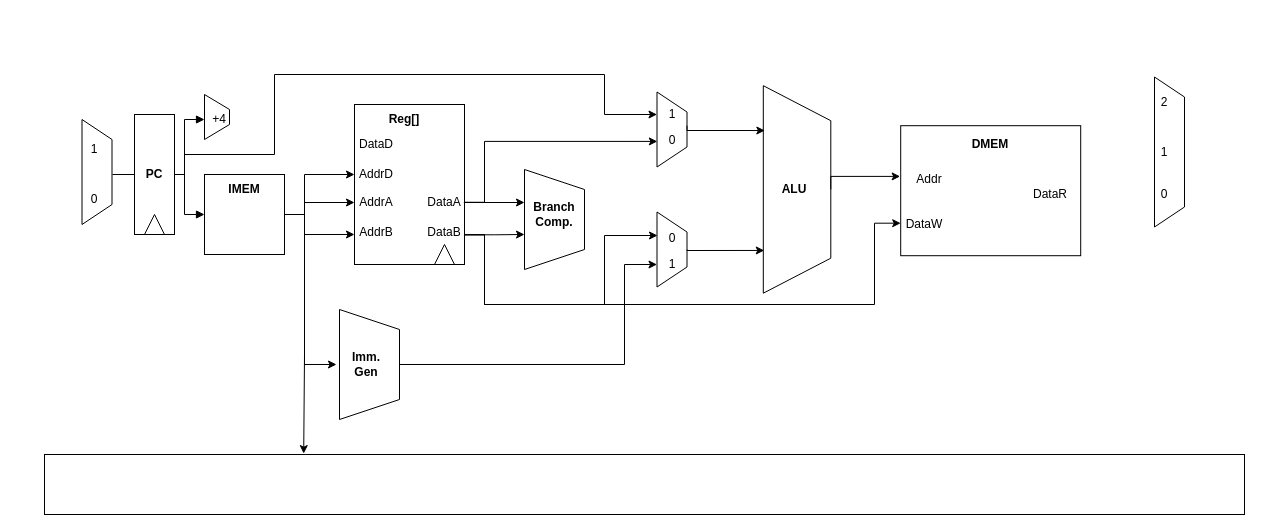
Earlier version of the draw.io diagram floating-point notes Diagram.drawio (Katharine-0331/files). Source tidied: cells renumbered, new cells numbered last; positions are measured from the earlier drawing's top-left corner, leaving out a move shared by most shapes. Both pictures are drawn from the tidied source at 100%, with x=0, y=0 at pixel (44, 74).
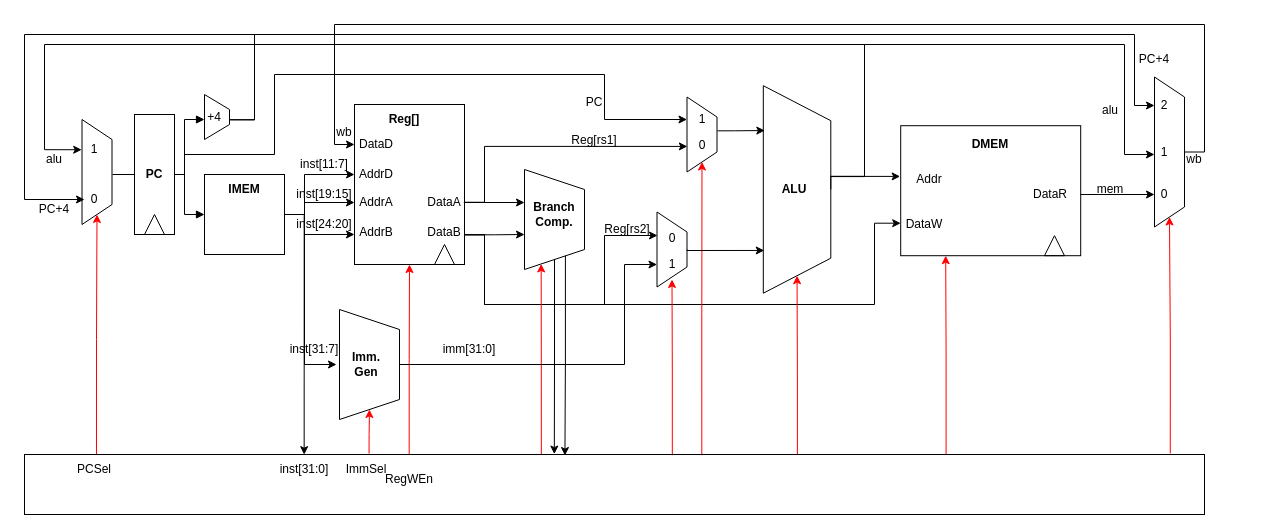
The same diagram, later.

Unchanged cells that the change refers to:
```xml
<mxCell id="2" style="shape=trapezoid;perimeter=trapezoidPerimeter;whiteSpace=wrap;html=1;fixedSize=1;rotation=90;" parent="1" vertex="1">
  <mxGeometry y="82.5" width="105" height="30" as="geometry" />
</mxCell>
<mxCell id="6" value="&lt;div style=&quot;direction: ltr&quot;&gt;&lt;b&gt;PC&lt;/b&gt;&lt;/div&gt;" style="rounded=0;whiteSpace=wrap;html=1;rotation=0;fillColor=none;" parent="1" vertex="1">
  <mxGeometry x="90" y="40" width="40" height="120" as="geometry" />
</mxCell>
<mxCell id="8" style="shape=trapezoid;perimeter=trapezoidPerimeter;whiteSpace=wrap;html=1;fixedSize=1;fillColor=none;rotation=90;size=15;" parent="1" vertex="1">
  <mxGeometry x="150" y="30" width="45" height="25" as="geometry" />
</mxCell>
<mxCell id="15" style="rounded=0;whiteSpace=wrap;html=1;fillColor=none;" parent="1" vertex="1">
  <mxGeometry x="160" y="100" width="80" height="80" as="geometry" />
</mxCell>
<mxCell id="22" style="rounded=0;whiteSpace=wrap;html=1;fillColor=none;" parent="1" vertex="1">
  <mxGeometry x="310" y="30" width="110" height="160" as="geometry" />
</mxCell>
<mxCell id="25" value="DataD" style="text;html=1;strokeColor=none;fillColor=none;align=center;verticalAlign=middle;whiteSpace=wrap;rounded=0;" parent="1" vertex="1">
  <mxGeometry x="310" y="55" width="44" height="30" as="geometry" />
</mxCell>
<mxCell id="36" style="shape=trapezoid;perimeter=trapezoidPerimeter;whiteSpace=wrap;html=1;fixedSize=1;fillColor=none;rotation=90;" parent="1" vertex="1">
  <mxGeometry x="270" y="260" width="110" height="60" as="geometry" />
</mxCell>
<mxCell id="38" style="shape=trapezoid;perimeter=trapezoidPerimeter;whiteSpace=wrap;html=1;fixedSize=1;fillColor=none;rotation=90;" parent="1" vertex="1">
  <mxGeometry x="460" y="115" width="100" height="60" as="geometry" />
</mxCell>
<mxCell id="43" style="shape=trapezoid;perimeter=trapezoidPerimeter;whiteSpace=wrap;html=1;fixedSize=1;fillColor=none;rotation=90;size=35;" parent="1" vertex="1">
  <mxGeometry x="648.8" y="81.2" width="207.5" height="67.5" as="geometry" />
</mxCell>
<mxCell id="49" value="1" style="text;html=1;strokeColor=none;fillColor=none;align=center;verticalAlign=middle;whiteSpace=wrap;rounded=0;" parent="1" vertex="1">
  <mxGeometry x="612.5" y="175" width="30" height="30" as="geometry" />
</mxCell>
<mxCell id="51" style="rounded=0;whiteSpace=wrap;html=1;fillColor=none;" parent="1" vertex="1">
  <mxGeometry x="856.2" y="51.2" width="180" height="130" as="geometry" />
</mxCell>
<mxCell id="53" style="shape=trapezoid;perimeter=trapezoidPerimeter;whiteSpace=wrap;html=1;fixedSize=1;fillColor=none;rotation=90;" parent="1" vertex="1">
  <mxGeometry x="1050" y="62.5" width="150" height="30" as="geometry" />
</mxCell>
<mxCell id="55" value="1" style="text;html=1;strokeColor=none;fillColor=none;align=center;verticalAlign=middle;whiteSpace=wrap;rounded=0;" parent="1" vertex="1">
  <mxGeometry x="1090" y="62.5" width="60" height="30" as="geometry" />
</mxCell>
<mxCell id="59" value="DataR" style="text;html=1;strokeColor=none;fillColor=none;align=center;verticalAlign=middle;whiteSpace=wrap;rounded=0;" parent="1" vertex="1">
  <mxGeometry x="976.2" y="105" width="60" height="30" as="geometry" />
</mxCell>
```

Change to the diagram source:
```diff
@@
     <mxCell id="3" value="1" style="text;html=1;strokeColor=none;fillColor=none;align=center;verticalAlign=middle;whiteSpace=wrap;rounded=0;" parent="1" vertex="1">
-      <mxGeometry x="20" y="60" width="60" height="30" as="geometry" />
+      <mxGeometry x="40" y="60" width="20" height="30" as="geometry" />
     </mxCell>
     <mxCell id="4" value="0" style="text;html=1;strokeColor=none;fillColor=none;align=center;verticalAlign=middle;whiteSpace=wrap;rounded=0;" parent="1" vertex="1">
-      <mxGeometry x="20" y="110" width="60" height="30" as="geometry" />
+      <mxGeometry x="40" y="110" width="20" height="30" as="geometry" />
     </mxCell>
     <mxCell id="5" style="edgeStyle=orthogonalEdgeStyle;rounded=0;jettySize=auto;html=1;exitX=1;exitY=0.5;exitDx=0;exitDy=0;entryX=0;entryY=0.5;entryDx=0;entryDy=0;" parent="1" edge="1" source="6" target="44">
       <mxGeometry relative="1" as="geometry">
         <Array as="points">
           <mxPoint x="140" y="100" />
           <mxPoint x="140" y="80" />
           <mxPoint x="230" y="80" />
           <mxPoint x="230" />
           <mxPoint x="560" />
-          <mxPoint x="560" y="40" />
+          <mxPoint x="560" y="45" />
         </Array>
       </mxGeometry>
     </mxCell>
@@
+    <mxCell id="60" style="edgeStyle=orthogonalEdgeStyle;rounded=0;jettySize=auto;html=1;entryX=0;entryY=0.5;entryDx=0;entryDy=0;exitX=0.559;exitY=-0.014;exitDx=0;exitDy=0;exitPerimeter=0;" parent="1" edge="1" source="8" target="4">
+      <mxGeometry relative="1" as="geometry">
+        <Array as="points">
+          <mxPoint x="210" y="45" />
+          <mxPoint x="210" y="-40" />
+          <mxPoint x="-20" y="-40" />
+          <mxPoint x="-20" y="125" />
+        </Array>
+      </mxGeometry>
+    </mxCell>
+    <mxCell id="61" style="edgeStyle=orthogonalEdgeStyle;rounded=0;jettySize=auto;html=1;exitX=0.564;exitY=-0.03;exitDx=0;exitDy=0;exitPerimeter=0;" parent="1" edge="1" source="8" target="54">
+      <mxGeometry relative="1" as="geometry">
+        <Array as="points">
+          <mxPoint x="210" y="45" />
+          <mxPoint x="210" y="-40" />
+          <mxPoint x="1090" y="-40" />
+          <mxPoint x="1090" y="31" />
+        </Array>
+      </mxGeometry>
+    </mxCell>
     <mxCell id="9" value="+4" style="text;html=1;strokeColor=none;fillColor=none;align=center;verticalAlign=middle;whiteSpace=wrap;rounded=0;" parent="1" vertex="1">
-      <mxGeometry x="160" y="30" width="30" height="30" as="geometry" />
+      <mxGeometry x="160" y="27.5" width="20" height="30" as="geometry" />
     </mxCell>
@@
-    <mxCell id="13" style="edgeStyle=orthogonalEdgeStyle;rounded=0;jettySize=auto;html=1;exitX=1;exitY=0.5;exitDx=0;exitDy=0;entryX=0.216;entryY=-0.015;entryDx=0;entryDy=0;entryPerimeter=0;" parent="1" edge="1" source="15" target="34">
-      <mxGeometry relative="1" as="geometry" />
+    <mxCell id="13" style="edgeStyle=orthogonalEdgeStyle;rounded=0;jettySize=auto;html=1;exitX=1;exitY=0.5;exitDx=0;exitDy=0;entryX=0.237;entryY=0.002;entryDx=0;entryDy=0;entryPerimeter=0;" parent="1" edge="1" source="15" target="34">
+      <mxGeometry relative="1" as="geometry">
+        <Array as="points">
+          <mxPoint x="260" y="140" />
+        </Array>
+      </mxGeometry>
     </mxCell>
@@
     <mxCell id="21" style="edgeStyle=orthogonalEdgeStyle;rounded=0;jettySize=auto;html=1;exitX=1;exitY=0.611;exitDx=0;exitDy=0;entryX=0.659;entryY=0.989;entryDx=0;entryDy=0;entryPerimeter=0;exitPerimeter=0;" parent="1" edge="1" source="22" target="40">
       <mxGeometry relative="1" as="geometry">
         <Array as="points">
           <mxPoint x="440" y="128" />
-          <mxPoint x="440" y="67" />
+          <mxPoint x="440" y="72" />
         </Array>
       </mxGeometry>
     </mxCell>
@@
+    <mxCell id="62" style="edgeStyle=orthogonalEdgeStyle;rounded=0;jettySize=auto;html=1;exitX=0.061;exitY=-0.002;exitDx=0;exitDy=0;entryX=1;entryY=0.5;entryDx=0;entryDy=0;exitPerimeter=0;strokeColor=#FF0000;" parent="1" edge="1" source="34" target="2">
+      <mxGeometry relative="1" as="geometry" />
+    </mxCell>
+    <mxCell id="63" style="edgeStyle=orthogonalEdgeStyle;rounded=0;jettySize=auto;html=1;exitX=0.292;exitY=-0.015;exitDx=0;exitDy=0;entryX=1;entryY=0.5;entryDx=0;entryDy=0;strokeColor=#FF0000;exitPerimeter=0;" parent="1" edge="1" source="34" target="36">
+      <mxGeometry relative="1" as="geometry" />
+    </mxCell>
+    <mxCell id="64" style="edgeStyle=orthogonalEdgeStyle;rounded=0;jettySize=auto;html=1;exitX=0.326;exitY=0.002;exitDx=0;exitDy=0;strokeColor=#FF0000;exitPerimeter=0;" parent="1" edge="1" source="34" target="22">
+      <mxGeometry relative="1" as="geometry" />
+    </mxCell>
+    <mxCell id="65" style="edgeStyle=orthogonalEdgeStyle;rounded=0;jettySize=auto;html=1;exitX=0.438;exitY=-0.002;exitDx=0;exitDy=0;entryX=1;entryY=0.75;entryDx=0;entryDy=0;strokeColor=#FF0000;exitPerimeter=0;" parent="1" edge="1" source="34" target="38">
+      <mxGeometry relative="1" as="geometry" />
+    </mxCell>
+    <mxCell id="66" style="edgeStyle=orthogonalEdgeStyle;rounded=0;jettySize=auto;html=1;exitX=0.549;exitY=0.012;exitDx=0;exitDy=0;entryX=0.5;entryY=1;entryDx=0;entryDy=0;strokeColor=#FF0000;exitPerimeter=0;" parent="1" edge="1" source="34" target="49">
+      <mxGeometry relative="1" as="geometry" />
+    </mxCell>
+    <mxCell id="67" style="edgeStyle=orthogonalEdgeStyle;rounded=0;jettySize=auto;html=1;exitX=0.574;exitY=0.012;exitDx=0;exitDy=0;entryX=1;entryY=0.5;entryDx=0;entryDy=0;strokeColor=#FF0000;exitPerimeter=0;" parent="1" edge="1" source="34" target="40">
+      <mxGeometry relative="1" as="geometry" />
+    </mxCell>
+    <mxCell id="68" style="edgeStyle=orthogonalEdgeStyle;rounded=0;jettySize=auto;html=1;exitX=0.655;exitY=-0.007;exitDx=0;exitDy=0;entryX=1;entryY=0.5;entryDx=0;entryDy=0;strokeColor=#FF0000;exitPerimeter=0;" parent="1" edge="1" source="34" target="43">
+      <mxGeometry relative="1" as="geometry" />
+    </mxCell>
+    <mxCell id="69" style="edgeStyle=orthogonalEdgeStyle;rounded=0;jettySize=auto;html=1;exitX=0.781;exitY=-0.007;exitDx=0;exitDy=0;entryX=0.25;entryY=1;entryDx=0;entryDy=0;strokeColor=#FF0000;exitPerimeter=0;" parent="1" edge="1" source="34" target="51">
+      <mxGeometry relative="1" as="geometry" />
+    </mxCell>
+    <mxCell id="70" style="edgeStyle=orthogonalEdgeStyle;rounded=0;jettySize=auto;html=1;exitX=0.971;exitY=-0.017;exitDx=0;exitDy=0;entryX=1;entryY=0.5;entryDx=0;entryDy=0;strokeColor=#FF0000;exitPerimeter=0;" parent="1" edge="1" source="34" target="53">
+      <mxGeometry relative="1" as="geometry" />
+    </mxCell>
     <mxCell id="34" style="rounded=0;whiteSpace=wrap;html=1;fillColor=none;" parent="1" vertex="1">
-      <mxGeometry y="380" width="1200" height="60" as="geometry" />
+      <mxGeometry x="-20" y="380" width="1180" height="60" as="geometry" />
     </mxCell>
@@
+    <mxCell id="71" style="edgeStyle=orthogonalEdgeStyle;rounded=0;jettySize=auto;html=1;exitX=1;exitY=0.5;exitDx=0;exitDy=0;entryX=0.449;entryY=-0.007;entryDx=0;entryDy=0;entryPerimeter=0;strokeColor=#000000;" parent="1" edge="1" source="38" target="34">
+      <mxGeometry relative="1" as="geometry" />
+    </mxCell>
+    <mxCell id="72" style="edgeStyle=orthogonalEdgeStyle;rounded=0;jettySize=auto;html=1;exitX=1;exitY=0.25;exitDx=0;exitDy=0;entryX=0.458;entryY=0.017;entryDx=0;entryDy=0;entryPerimeter=0;strokeColor=#000000;" parent="1" edge="1" source="38" target="34">
+      <mxGeometry relative="1" as="geometry" />
+    </mxCell>
@@
     <mxCell id="40" style="shape=trapezoid;perimeter=trapezoidPerimeter;whiteSpace=wrap;html=1;fixedSize=1;fillColor=none;rotation=90;" parent="1" vertex="1">
-      <mxGeometry x="590" y="40" width="75" height="30" as="geometry" />
+      <mxGeometry x="620" y="45" width="75" height="30" as="geometry" />
     </mxCell>
@@
+    <mxCell id="73" style="edgeStyle=orthogonalEdgeStyle;rounded=0;jettySize=auto;html=1;exitX=0.437;exitY=0.003;exitDx=0;exitDy=0;entryX=0.333;entryY=0.583;entryDx=0;entryDy=0;entryPerimeter=0;exitPerimeter=0;" parent="1" edge="1" source="43" target="55">
+      <mxGeometry relative="1" as="geometry">
+        <Array as="points">
+          <mxPoint x="820" y="102" />
+          <mxPoint x="820" y="-30" />
+          <mxPoint x="1080" y="-30" />
+          <mxPoint x="1080" y="80" />
+        </Array>
+      </mxGeometry>
+    </mxCell>
@@
     <mxCell id="44" value="1" style="text;html=1;strokeColor=none;fillColor=none;align=center;verticalAlign=middle;whiteSpace=wrap;rounded=0;" parent="1" vertex="1">
-      <mxGeometry x="612.5" y="25" width="30" height="30" as="geometry" />
+      <mxGeometry x="642.5" y="30" width="30" height="30" as="geometry" />
     </mxCell>
-    <mxCell id="45" style="edgeStyle=orthogonalEdgeStyle;rounded=0;jettySize=auto;html=1;exitX=1;exitY=0;exitDx=0;exitDy=0;entryX=0.216;entryY=0.977;entryDx=0;entryDy=0;entryPerimeter=0;" parent="1" edge="1" source="46" target="43">
+    <mxCell id="45" style="edgeStyle=orthogonalEdgeStyle;rounded=0;jettySize=auto;html=1;entryX=0.216;entryY=0.977;entryDx=0;entryDy=0;entryPerimeter=0;exitX=0.451;exitY=-0.014;exitDx=0;exitDy=0;exitPerimeter=0;" parent="1" edge="1" source="40" target="43">
       <mxGeometry relative="1" as="geometry">
         <Array as="points">
-          <mxPoint x="643" y="56" />
+          <mxPoint x="690" y="56" />
         </Array>
       </mxGeometry>
     </mxCell>
     <mxCell id="46" value="0" style="text;html=1;strokeColor=none;fillColor=none;align=center;verticalAlign=middle;whiteSpace=wrap;rounded=0;" parent="1" vertex="1">
-      <mxGeometry x="612.5" y="51.2" width="30" height="30" as="geometry" />
+      <mxGeometry x="642.5" y="56.2" width="30" height="30" as="geometry" />
     </mxCell>
@@
+    <mxCell id="74" style="edgeStyle=orthogonalEdgeStyle;rounded=0;jettySize=auto;html=1;exitX=0.438;exitY=-0.004;exitDx=0;exitDy=0;exitPerimeter=0;entryX=0.288;entryY=1.01;entryDx=0;entryDy=0;entryPerimeter=0;" parent="1" edge="1" source="43" target="2">
+      <mxGeometry relative="1" as="geometry">
+        <Array as="points">
+          <mxPoint x="820" y="102" />
+          <mxPoint x="820" y="-30" />
+          <mxPoint y="-30" />
+          <mxPoint y="75" />
+        </Array>
+      </mxGeometry>
+    </mxCell>
@@
+    <mxCell id="75" style="edgeStyle=orthogonalEdgeStyle;rounded=0;jettySize=auto;html=1;exitX=0.5;exitY=0;exitDx=0;exitDy=0;entryX=0;entryY=0.5;entryDx=0;entryDy=0;" parent="1" edge="1" source="53" target="25">
+      <mxGeometry relative="1" as="geometry">
+        <Array as="points">
+          <mxPoint x="1160" y="78" />
+          <mxPoint x="1160" y="-50" />
+          <mxPoint x="290" y="-50" />
+          <mxPoint x="290" y="70" />
+        </Array>
+      </mxGeometry>
+    </mxCell>
@@
     <mxCell id="54" value="2" style="text;html=1;strokeColor=none;fillColor=none;align=center;verticalAlign=middle;whiteSpace=wrap;rounded=0;" parent="1" vertex="1">
-      <mxGeometry x="1090" y="12.5" width="60" height="30" as="geometry" />
+      <mxGeometry x="1110" y="20" width="20" height="22.5" as="geometry" />
     </mxCell>
@@
     <mxCell id="56" value="0" style="text;html=1;strokeColor=none;fillColor=none;align=center;verticalAlign=middle;whiteSpace=wrap;rounded=0;" parent="1" vertex="1">
-      <mxGeometry x="1090" y="105" width="60" height="30" as="geometry" />
+      <mxGeometry x="1110" y="105" width="20" height="30" as="geometry" />
     </mxCell>
@@
+    <mxCell id="76" style="edgeStyle=orthogonalEdgeStyle;rounded=0;jettySize=auto;html=1;exitX=1;exitY=0.5;exitDx=0;exitDy=0;" parent="1" edge="1" source="59" target="56">
+      <mxGeometry relative="1" as="geometry" />
+    </mxCell>
@@
+    <mxCell id="77" style="triangle;whiteSpace=wrap;html=1;fillColor=none;rotation=-90;" parent="1" vertex="1">
+      <mxGeometry x="1000" y="161.2" width="20" height="20" as="geometry" />
+    </mxCell>
+    <mxCell id="78" value="alu" style="text;html=1;strokeColor=none;fillColor=none;align=center;verticalAlign=middle;whiteSpace=wrap;rounded=0;" parent="1" vertex="1">
+      <mxGeometry x="-20" y="70" width="60" height="30" as="geometry" />
+    </mxCell>
+    <mxCell id="79" value="PC+4" style="text;html=1;strokeColor=none;fillColor=none;align=center;verticalAlign=middle;whiteSpace=wrap;rounded=0;" parent="1" vertex="1">
+      <mxGeometry x="-20" y="120" width="60" height="30" as="geometry" />
+    </mxCell>
+    <mxCell id="80" value="PCSel" style="text;html=1;strokeColor=none;fillColor=none;align=center;verticalAlign=middle;whiteSpace=wrap;rounded=0;" parent="1" vertex="1">
+      <mxGeometry x="20" y="380" width="60" height="30" as="geometry" />
+    </mxCell>
+    <mxCell id="81" value="PC" style="text;html=1;strokeColor=none;fillColor=none;align=center;verticalAlign=middle;whiteSpace=wrap;rounded=0;" parent="1" vertex="1">
+      <mxGeometry x="520" y="12.5" width="60" height="30" as="geometry" />
+    </mxCell>
+    <mxCell id="82" value="Reg[rs1]" style="text;html=1;strokeColor=none;fillColor=none;align=center;verticalAlign=middle;whiteSpace=wrap;rounded=0;" parent="1" vertex="1">
+      <mxGeometry x="520" y="51.2" width="60" height="30" as="geometry" />
+    </mxCell>
+    <mxCell id="83" value="inst[11:7]" style="text;html=1;strokeColor=none;fillColor=none;align=center;verticalAlign=middle;whiteSpace=wrap;rounded=0;" parent="1" vertex="1">
+      <mxGeometry x="250" y="75" width="60" height="30" as="geometry" />
+    </mxCell>
+    <mxCell id="84" value="inst[19:15]" style="text;html=1;strokeColor=none;fillColor=none;align=center;verticalAlign=middle;whiteSpace=wrap;rounded=0;" parent="1" vertex="1">
+      <mxGeometry x="250" y="105" width="60" height="30" as="geometry" />
+    </mxCell>
+    <mxCell id="85" value="inst[24:20]" style="text;html=1;strokeColor=none;fillColor=none;align=center;verticalAlign=middle;whiteSpace=wrap;rounded=0;" parent="1" vertex="1">
+      <mxGeometry x="250" y="135" width="60" height="30" as="geometry" />
+    </mxCell>
+    <mxCell id="86" value="inst[31:7]" style="text;html=1;strokeColor=none;fillColor=none;align=center;verticalAlign=middle;whiteSpace=wrap;rounded=0;" parent="1" vertex="1">
+      <mxGeometry x="240" y="260" width="60" height="30" as="geometry" />
+    </mxCell>
+    <mxCell id="87" value="inst[31:0]" style="text;html=1;strokeColor=none;fillColor=none;align=center;verticalAlign=middle;whiteSpace=wrap;rounded=0;" parent="1" vertex="1">
+      <mxGeometry x="230" y="380" width="60" height="30" as="geometry" />
+    </mxCell>
+    <mxCell id="88" value="ImmSel" style="text;html=1;strokeColor=none;fillColor=none;align=center;verticalAlign=middle;whiteSpace=wrap;rounded=0;" parent="1" vertex="1">
+      <mxGeometry x="292" y="380" width="60" height="30" as="geometry" />
+    </mxCell>
+    <mxCell id="89" value="RegWEn" style="text;html=1;strokeColor=none;fillColor=none;align=center;verticalAlign=middle;whiteSpace=wrap;rounded=0;" parent="1" vertex="1">
+      <mxGeometry x="335" y="390" width="60" height="30" as="geometry" />
+    </mxCell>
+    <mxCell id="90" value="imm[31:0]" style="text;html=1;strokeColor=none;fillColor=none;align=center;verticalAlign=middle;whiteSpace=wrap;rounded=0;" parent="1" vertex="1">
+      <mxGeometry x="395" y="260" width="60" height="30" as="geometry" />
+    </mxCell>
+    <mxCell id="91" value="Reg[rs2]" style="text;html=1;strokeColor=none;fillColor=none;align=center;verticalAlign=middle;whiteSpace=wrap;rounded=0;" parent="1" vertex="1">
+      <mxGeometry x="552.5" y="140" width="60" height="30" as="geometry" />
+    </mxCell>
+    <mxCell id="92" value="mem" style="text;html=1;strokeColor=none;fillColor=none;align=center;verticalAlign=middle;whiteSpace=wrap;rounded=0;" parent="1" vertex="1">
+      <mxGeometry x="1036.2" y="100" width="60" height="30" as="geometry" />
+    </mxCell>
+    <mxCell id="93" value="alu" style="text;html=1;strokeColor=none;fillColor=none;align=center;verticalAlign=middle;whiteSpace=wrap;rounded=0;" parent="1" vertex="1">
+      <mxGeometry x="1036.2" y="21.2" width="60" height="30" as="geometry" />
+    </mxCell>
+    <mxCell id="94" value="PC+4" style="text;html=1;strokeColor=none;fillColor=none;align=center;verticalAlign=middle;whiteSpace=wrap;rounded=0;" parent="1" vertex="1">
+      <mxGeometry x="1080" y="-30" width="60" height="30" as="geometry" />
+    </mxCell>
+    <mxCell id="95" value="wb" style="text;html=1;strokeColor=none;fillColor=none;align=center;verticalAlign=middle;whiteSpace=wrap;rounded=0;" parent="1" vertex="1">
+      <mxGeometry x="1120" y="70" width="60" height="30" as="geometry" />
+    </mxCell>
+    <mxCell id="96" value="wb" style="text;html=1;strokeColor=none;fillColor=none;align=center;verticalAlign=middle;whiteSpace=wrap;rounded=0;" parent="1" vertex="1">
+      <mxGeometry x="270" y="42.5" width="60" height="30" as="geometry" />
+    </mxCell>
```
